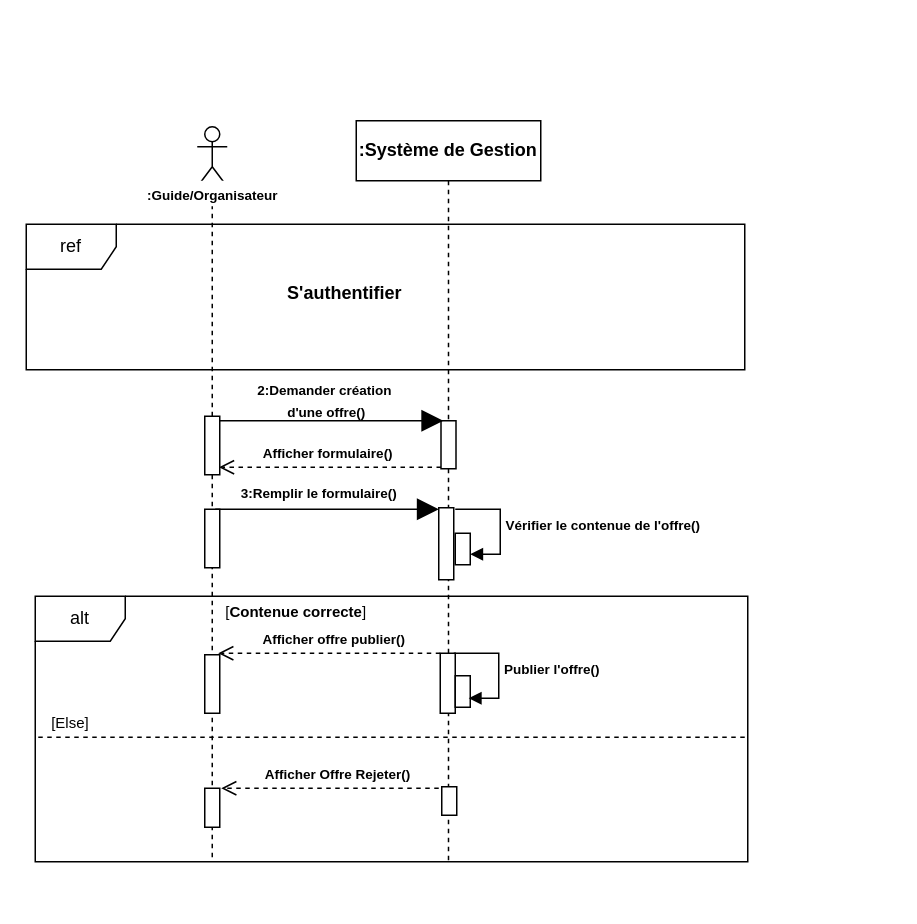
Before: Diagramme sequence4.drawio in louis-fresnel99/TpGasaL1, a draw.io diagram. Source tidied: cells renumbered, new cells numbered last; positions are measured from the earlier drawing's top-left corner, leaving out a move shared by most shapes. Both pictures are drawn from the tidied source at 150%, with x=0, y=0 at pixel (26, 120).
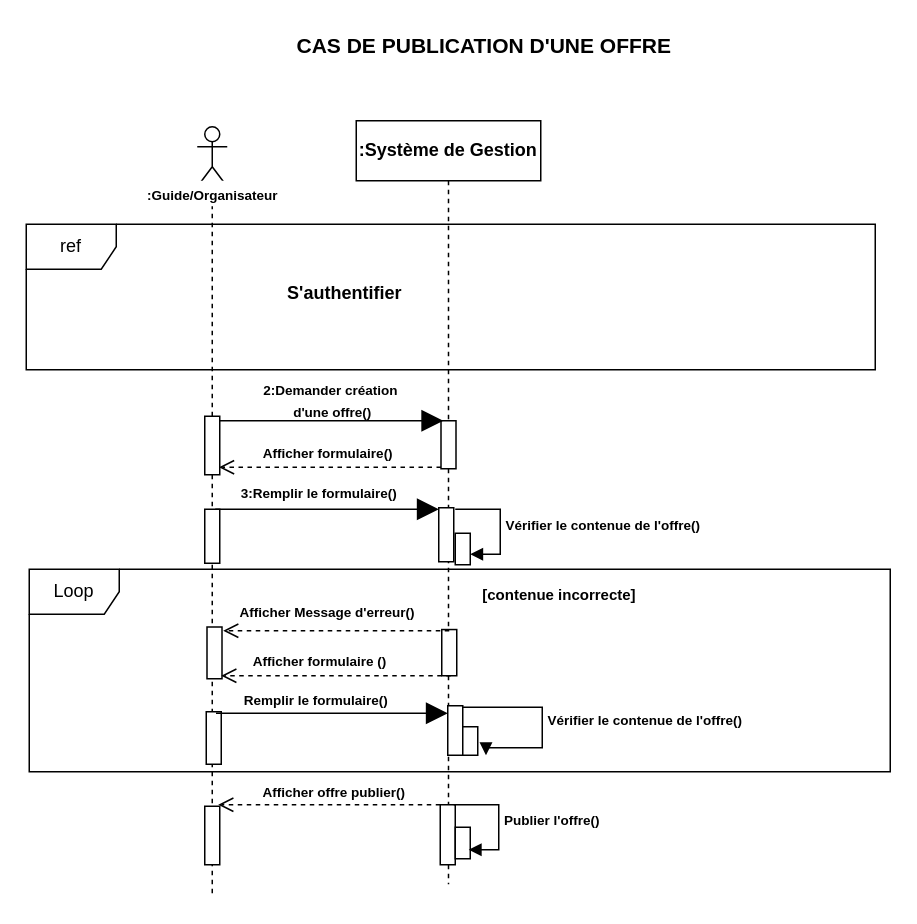
The same page after the edit.

Commit message:
Mettre à jour Diagramme sequence4.drawio

Diff of the diagram source:
```diff
@@
     <mxCell id="2" value="&lt;b&gt;:Système de Gestion&lt;/b&gt;" style="shape=umlLifeline;perimeter=lifelinePerimeter;whiteSpace=wrap;html=1;newEdgeStyle={&quot;edgeStyle&quot;:&quot;elbowEdgeStyle&quot;,&quot;elbow&quot;:&quot;vertical&quot;,&quot;curved&quot;:0,&quot;rounded&quot;:0};fillColor=light-dark(#FFFFFF, #ffffff);strokeColor=light-dark(#000000,#000000);labelBackgroundColor=none;fontColor=light-dark(#000000,#000000);" parent="1" vertex="1">
-      <mxGeometry x="220" width="123" height="495" as="geometry" />
+      <mxGeometry x="220" width="123" height="509" as="geometry" />
     </mxCell>
     <mxCell id="3" style="html=1;perimeter=orthogonalPerimeter;targetShapes=umlLifeline;newEdgeStyle={&quot;curved&quot;:0,&quot;rounded&quot;:0};fillColor=light-dark(#FFFFFF,#FFFFFF);strokeColor=light-dark(#000000,#000000);" parent="2" vertex="1">
-      <mxGeometry x="55" y="258" width="10" height="48" as="geometry" />
+      <mxGeometry x="55" y="258" width="10" height="36" as="geometry" />
     </mxCell>
     <mxCell id="4" style="html=1;perimeter=orthogonalPerimeter;targetShapes=umlLifeline;newEdgeStyle={&quot;curved&quot;:0,&quot;rounded&quot;:0};fillColor=light-dark(#FFFFFF,#FFFFFF);strokeColor=light-dark(#000000,#000000);" parent="2" vertex="1">
-      <mxGeometry x="56" y="355" width="10" height="40" as="geometry" />
+      <mxGeometry x="56" y="456" width="10" height="40" as="geometry" />
     </mxCell>
-    <mxCell id="5" style="html=1;perimeter=orthogonalPerimeter;targetShapes=umlLifeline;newEdgeStyle={&quot;curved&quot;:0,&quot;rounded&quot;:0};fillColor=light-dark(#FFFFFF,#FFFFFF);strokeColor=light-dark(#000000,#000000);" parent="2" vertex="1">
-      <mxGeometry x="57" y="444" width="10" height="19" as="geometry" />
-    </mxCell>
     <mxCell id="6" style="html=1;perimeter=orthogonalPerimeter;targetShapes=umlLifeline;newEdgeStyle={&quot;curved&quot;:0,&quot;rounded&quot;:0};" parent="2" vertex="1">
-      <mxGeometry x="66" y="370" width="10" height="21" as="geometry" />
+      <mxGeometry x="66" y="471" width="10" height="21" as="geometry" />
     </mxCell>
     <mxCell id="7" value="&lt;b&gt;&lt;font style=&quot;font-size: 9px;&quot;&gt;Publier l'offre()&lt;/font&gt;&lt;/b&gt;" style="html=1;align=left;spacingLeft=2;endArrow=block;rounded=0;edgeStyle=orthogonalEdgeStyle;curved=0;rounded=0;" parent="2" edge="1">
       <mxGeometry relative="1" as="geometry">
-        <mxPoint x="65" y="355" as="sourcePoint" />
-        <mxPoint x="75" y="385" as="targetPoint" />
+        <mxPoint x="65" y="456" as="sourcePoint" />
+        <mxPoint x="75" y="486" as="targetPoint" />
         <Array as="points">
-          <mxPoint x="95" y="385" />
+          <mxPoint x="95" y="486" />
         </Array>
       </mxGeometry>
     </mxCell>
-    <mxCell id="8" value="alt" style="shape=umlFrame;whiteSpace=wrap;html=1;labelBorderColor=none;fillColor=light-dark(#FFFFFF,#FFFFFF);fontColor=light-dark(#000000,#000000);strokeColor=light-dark(#000000,#000000);" parent="1" vertex="1">
-      <mxGeometry x="6" y="317" width="475" height="177" as="geometry" />
-    </mxCell>
+    <mxCell id="33" style="html=1;perimeter=orthogonalPerimeter;targetShapes=umlLifeline;newEdgeStyle={&quot;curved&quot;:0,&quot;rounded&quot;:0};fillColor=light-dark(#FFFFFF,#FFFFFF);strokeColor=light-dark(#000000,#000000);" parent="2" vertex="1">
+      <mxGeometry x="57" y="339.2" width="10" height="30.8" as="geometry" />
+    </mxCell>
     <mxCell id="9" style="shape=umlLifeline;perimeter=lifelinePerimeter;whiteSpace=wrap;html=1;newEdgeStyle={&quot;curved&quot;:0,&quot;rounded&quot;:0};participant=umlActor;fillColor=light-dark(#FFFFFF,#000000);strokeColor=light-dark(#000000,#000000);" parent="1" vertex="1">
-      <mxGeometry x="114" y="4" width="20" height="490" as="geometry" />
+      <mxGeometry x="114" y="4" width="20" height="514" as="geometry" />
     </mxCell>
     <mxCell id="10" style="html=1;perimeter=orthogonalPerimeter;targetShapes=umlLifeline;newEdgeStyle={&quot;curved&quot;:0,&quot;rounded&quot;:0};fillColor=light-dark(#FFFFFF,#FFFFFF);strokeColor=light-dark(#000000,#000000);" parent="9" vertex="1">
-      <mxGeometry x="5" y="255" width="10" height="39" as="geometry" />
+      <mxGeometry x="5" y="255" width="10" height="36" as="geometry" />
     </mxCell>
     <mxCell id="11" style="html=1;perimeter=orthogonalPerimeter;targetShapes=umlLifeline;newEdgeStyle={&quot;curved&quot;:0,&quot;rounded&quot;:0};fillColor=light-dark(#FFFFFF,#FFFFFF);strokeColor=light-dark(#000000,#000000);" parent="9" vertex="1">
-      <mxGeometry x="5" y="352" width="10" height="39" as="geometry" />
+      <mxGeometry x="5" y="453" width="10" height="39" as="geometry" />
     </mxCell>
-    <mxCell id="12" style="html=1;perimeter=orthogonalPerimeter;targetShapes=umlLifeline;newEdgeStyle={&quot;curved&quot;:0,&quot;rounded&quot;:0};fillColor=light-dark(#FFFFFF,#FFFFFF);strokeColor=light-dark(#000000,#000000);" parent="9" vertex="1">
-      <mxGeometry x="5" y="441" width="10" height="26" as="geometry" />
-    </mxCell>
@@
     <mxCell id="16" style="html=1;verticalAlign=bottom;endArrow=open;dashed=1;endSize=8;curved=0;rounded=0;strokeColor=light-dark(#000000,#000000);" parent="1" edge="1">
       <mxGeometry relative="1" as="geometry">
-        <mxPoint x="276" y="355" as="sourcePoint" />
-        <mxPoint x="128" y="355" as="targetPoint" />
+        <mxPoint x="276" y="456" as="sourcePoint" />
+        <mxPoint x="128" y="456" as="targetPoint" />
       </mxGeometry>
     </mxCell>
     <mxCell id="17" value="&lt;font style=&quot;color: light-dark(rgb(0, 0, 0), rgb(0, 0, 0)); font-size: 9px;&quot;&gt;&lt;b&gt;Afficher offre publier()&lt;/b&gt;&lt;/font&gt;" style="text;html=1;align=center;verticalAlign=middle;whiteSpace=wrap;rounded=0;" parent="1" vertex="1">
-      <mxGeometry x="157.3" y="336" width="97" height="17" as="geometry" />
+      <mxGeometry x="157.3" y="438" width="97" height="17" as="geometry" />
     </mxCell>
-    <mxCell id="18" style="line;strokeWidth=1;fillColor=none;align=left;verticalAlign=middle;spacingTop=-1;spacingLeft=3;spacingRight=3;labelPosition=right;strokeColor=light-dark(#000000,#000000);dashed=1;" parent="1" vertex="1">
-      <mxGeometry x="8" y="407" width="473" height="8" as="geometry" />
-    </mxCell>
-    <mxCell id="19" value="&lt;font style=&quot;color: light-dark(rgb(0, 0, 0), rgb(0, 0, 0)); font-size: 10px;&quot;&gt;[Else]&amp;nbsp;&lt;/font&gt;" style="text;html=1;align=center;verticalAlign=middle;whiteSpace=wrap;rounded=0;" parent="1" vertex="1">
-      <mxGeometry x="9" y="391" width="44" height="19" as="geometry" />
-    </mxCell>
-    <mxCell id="20" style="html=1;verticalAlign=bottom;endArrow=open;dashed=1;endSize=8;curved=0;rounded=0;strokeColor=light-dark(#000000,#000000);" parent="1" edge="1">
-      <mxGeometry relative="1" as="geometry">
-        <mxPoint x="275" y="445" as="sourcePoint" />
-        <mxPoint x="130" y="445" as="targetPoint" />
-      </mxGeometry>
-    </mxCell>
-    <mxCell id="21" value="&lt;b style=&quot;font-size: 9px;&quot;&gt;Afficher Offre Rejeter()&lt;/b&gt;" style="text;html=1;align=center;verticalAlign=middle;whiteSpace=wrap;rounded=0;" parent="1" vertex="1">
-      <mxGeometry x="151" y="426" width="114.4" height="17" as="geometry" />
-    </mxCell>
-    <mxCell id="22" value="&lt;font style=&quot;color: light-dark(rgb(0, 0, 0), rgb(0, 0, 0)); font-size: 10px;&quot;&gt;[&lt;b&gt;Contenue correcte&lt;/b&gt;]&amp;nbsp;&lt;/font&gt;" style="text;html=1;align=center;verticalAlign=middle;whiteSpace=wrap;rounded=0;" parent="1" vertex="1">
-      <mxGeometry x="129" y="317" width="105" height="19" as="geometry" />
-    </mxCell>
     <mxCell id="23" value="&lt;font style=&quot;font-size: 9px;&quot;&gt;&lt;b&gt;2:Demander création&amp;nbsp;&lt;/b&gt;&lt;/font&gt;&lt;div&gt;&lt;font style=&quot;font-size: 9px;&quot;&gt;&lt;b&gt;d'une offre()&lt;/b&gt;&lt;/font&gt;&lt;/div&gt;" style="text;html=1;align=center;verticalAlign=middle;whiteSpace=wrap;rounded=0;" parent="1" vertex="1">
-      <mxGeometry x="128" y="175" width="144.7" height="22" as="geometry" />
+      <mxGeometry x="136" y="175" width="136.7" height="22" as="geometry" />
     </mxCell>
@@
-    <mxCell id="25" value="&lt;b&gt;&lt;font style=&quot;font-size: 9px;&quot;&gt;Vérifier le contenue de l'offre()&lt;/font&gt;&lt;/b&gt;" style="html=1;align=left;spacingLeft=2;endArrow=block;rounded=0;edgeStyle=orthogonalEdgeStyle;curved=0;rounded=0;" parent="1" edge="1">
+    <mxCell id="25" value="&lt;font style=&quot;font-size: 9px;&quot;&gt;&lt;b&gt;Vérifier le contenue de l'offre()&lt;/b&gt;&lt;/font&gt;" style="html=1;align=left;spacingLeft=2;endArrow=block;rounded=0;edgeStyle=orthogonalEdgeStyle;curved=0;rounded=0;" parent="1" edge="1">
       <mxGeometry relative="1" as="geometry">
         <mxPoint x="286" y="259" as="sourcePoint" />
         <mxPoint x="296" y="289" as="targetPoint" />
         <Array as="points">
           <mxPoint x="316" y="259" />
           <mxPoint x="316" y="289" />
         </Array>
       </mxGeometry>
     </mxCell>
@@
     <mxCell id="32" value="ref" style="shape=umlFrame;whiteSpace=wrap;html=1;fillColor=#FFFFFF;fillStyle=auto;" parent="1" vertex="1">
-      <mxGeometry y="69" width="479" height="97" as="geometry" />
+      <mxGeometry y="69" width="566" height="97" as="geometry" />
     </mxCell>
+    <mxCell id="34" value="&lt;font style=&quot;font-size: 14px;&quot;&gt;CAS DE PUBLICATION D'UNE OFFRE&lt;/font&gt;" style="text;align=center;fontStyle=1;verticalAlign=middle;spacingLeft=3;spacingRight=3;strokeColor=none;html=1;" parent="1" vertex="1">
+      <mxGeometry x="265" y="-63" width="80" height="26" as="geometry" />
+    </mxCell>
+    <mxCell id="35" style="html=1;perimeter=orthogonalPerimeter;targetShapes=umlLifeline;newEdgeStyle={&quot;curved&quot;:0,&quot;rounded&quot;:0};fillColor=light-dark(#FFFFFF,#FFFFFF);strokeColor=light-dark(#000000,#000000);" parent="1" vertex="1">
+      <mxGeometry x="120" y="394" width="10" height="35" as="geometry" />
+    </mxCell>
+    <mxCell id="36" style="html=1;perimeter=orthogonalPerimeter;targetShapes=umlLifeline;newEdgeStyle={&quot;curved&quot;:0,&quot;rounded&quot;:0};fillColor=light-dark(#FFFFFF,#FFFFFF);strokeColor=light-dark(#000000,#000000);" parent="1" vertex="1">
+      <mxGeometry x="281" y="390" width="10" height="33" as="geometry" />
+    </mxCell>
+    <mxCell id="37" value="&lt;b style=&quot;font-size: 9px;&quot;&gt;Vérifier le contenue de l'offre()&lt;/b&gt;" style="html=1;align=left;spacingLeft=2;endArrow=block;rounded=0;edgeStyle=orthogonalEdgeStyle;curved=0;rounded=0;" parent="1" edge="1">
+      <mxGeometry relative="1" as="geometry">
+        <mxPoint x="291" y="391" as="sourcePoint" />
+        <mxPoint x="306.5" y="423" as="targetPoint" />
+        <Array as="points">
+          <mxPoint x="344" y="391" />
+          <mxPoint x="344" y="418" />
+          <mxPoint x="307" y="418" />
+        </Array>
+      </mxGeometry>
+    </mxCell>
+    <mxCell id="38" value="&lt;font style=&quot;color: light-dark(rgb(0, 0, 0), rgb(0, 0, 0)); font-size: 9px;&quot;&gt;&lt;b&gt;Afficher Message d'erreur()&lt;/b&gt;&lt;/font&gt;" style="text;html=1;align=center;verticalAlign=middle;whiteSpace=wrap;rounded=0;" parent="1" vertex="1">
+      <mxGeometry x="137" y="318" width="128" height="17" as="geometry" />
+    </mxCell>
+    <mxCell id="39" style="endArrow=block;endFill=1;endSize=12;html=1;rounded=0;strokeColor=light-dark(#000000,#000000);" parent="1" edge="1">
+      <mxGeometry relative="1" as="geometry">
+        <mxPoint x="126.5" y="395" as="sourcePoint" />
+        <mxPoint x="281" y="395" as="targetPoint" />
+      </mxGeometry>
+    </mxCell>
+    <mxCell id="40" value="&lt;font style=&quot;color: light-dark(rgb(0, 0, 0), rgb(0, 0, 0));&quot;&gt;&lt;b&gt;Remplir le formulaire()&lt;/b&gt;&lt;/font&gt;" style="text;html=1;align=center;verticalAlign=middle;whiteSpace=wrap;rounded=0;fontSize=9;" parent="1" vertex="1">
+      <mxGeometry x="137.2" y="379" width="112.8" height="16" as="geometry" />
+    </mxCell>
+    <mxCell id="41" style="html=1;verticalAlign=bottom;endArrow=open;dashed=1;endSize=8;curved=0;rounded=0;strokeColor=light-dark(#000000,#000000);" parent="1" edge="1">
+      <mxGeometry relative="1" as="geometry">
+        <mxPoint x="282" y="340" as="sourcePoint" />
+        <mxPoint x="131.3" y="340" as="targetPoint" />
+      </mxGeometry>
+    </mxCell>
+    <mxCell id="42" value="Loop" style="shape=umlFrame;whiteSpace=wrap;html=1;" parent="1" vertex="1">
+      <mxGeometry x="2" y="299" width="574" height="135" as="geometry" />
+    </mxCell>
+    <mxCell id="43" value="&lt;font style=&quot;color: light-dark(rgb(0, 0, 0), rgb(0, 0, 0)); font-size: 10px;&quot;&gt;&lt;b&gt;[contenue incorrecte]&amp;nbsp;&lt;/b&gt;&lt;/font&gt;" style="text;html=1;align=center;verticalAlign=middle;whiteSpace=wrap;rounded=0;" parent="1" vertex="1">
+      <mxGeometry x="292" y="301" width="130" height="30" as="geometry" />
+    </mxCell>
+    <mxCell id="44" style="html=1;perimeter=orthogonalPerimeter;targetShapes=umlLifeline;newEdgeStyle={&quot;curved&quot;:0,&quot;rounded&quot;:0};fillColor=light-dark(#FFFFFF,#FFFFFF);strokeColor=light-dark(#000000,#000000);" parent="1" vertex="1">
+      <mxGeometry x="120.5" y="337.5" width="10" height="34.5" as="geometry" />
+    </mxCell>
+    <mxCell id="45" value="&lt;font style=&quot;color: light-dark(rgb(0, 0, 0), rgb(0, 0, 0)); font-size: 9px;&quot;&gt;&lt;b&gt;Afficher formulaire ()&lt;/b&gt;&lt;/font&gt;" style="text;html=1;align=center;verticalAlign=middle;whiteSpace=wrap;rounded=0;" parent="1" vertex="1">
+      <mxGeometry x="126.6" y="351" width="138.3" height="17" as="geometry" />
+    </mxCell>
+    <mxCell id="46" style="html=1;verticalAlign=bottom;endArrow=open;dashed=1;endSize=8;curved=0;rounded=0;strokeColor=light-dark(#000000,#000000);" parent="1" edge="1">
+      <mxGeometry relative="1" as="geometry">
+        <mxPoint x="283" y="370" as="sourcePoint" />
+        <mxPoint x="130" y="370" as="targetPoint" />
+      </mxGeometry>
+    </mxCell>
+    <mxCell id="47" style="html=1;perimeter=orthogonalPerimeter;targetShapes=umlLifeline;newEdgeStyle={&quot;curved&quot;:0,&quot;rounded&quot;:0};fillColor=light-dark(#FFFFFF,#FFFFFF);strokeColor=light-dark(#000000,#000000);" parent="1" vertex="1">
+      <mxGeometry x="291" y="404" width="10" height="19" as="geometry" />
+    </mxCell>
```
